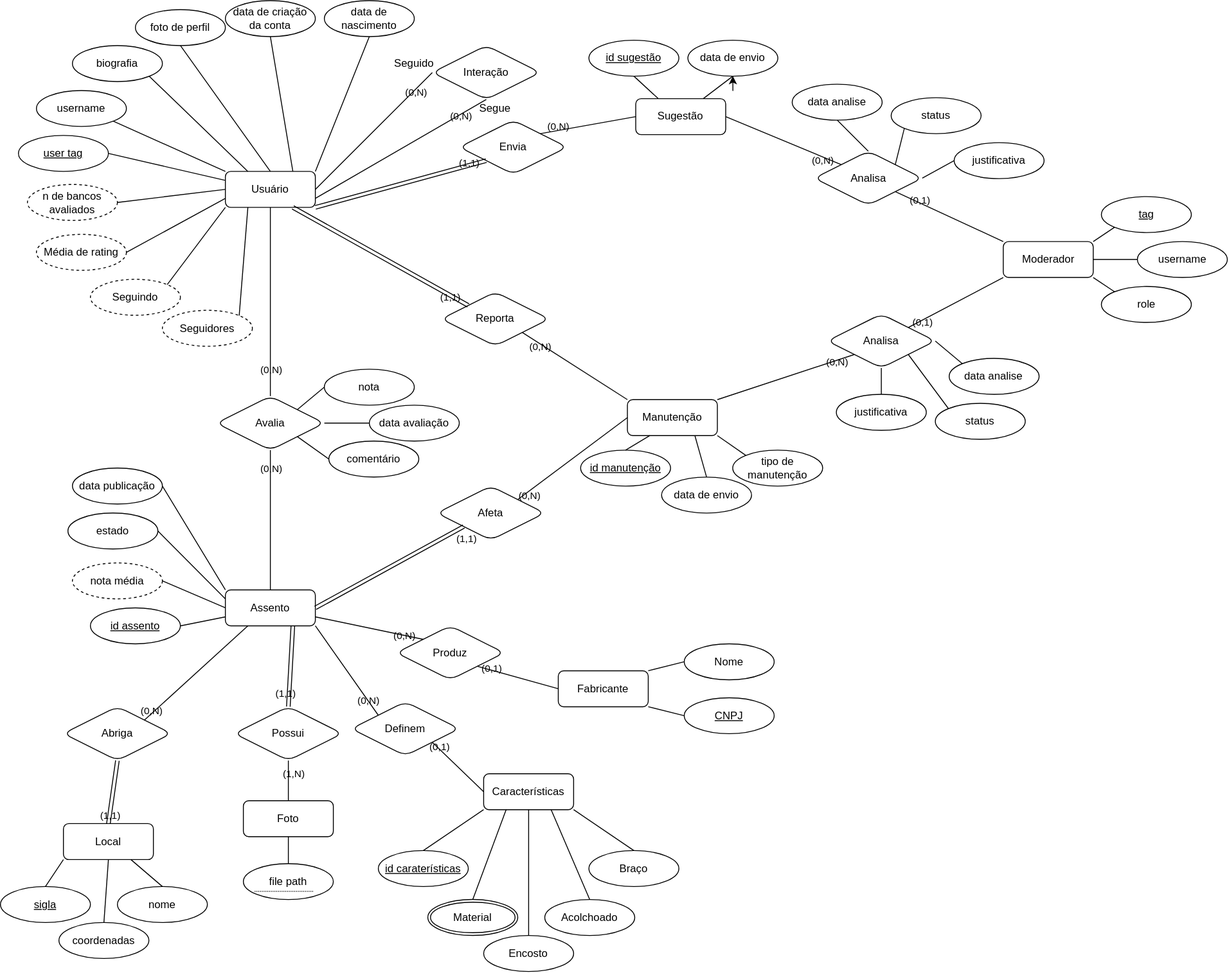
Above: diagram.drawio.svg in Segohui/Dados-de-Bancos---DB (draw.io), before the change. Source tidied: cells renumbered, new cells last; positions are measured from the earlier drawing's top-left corner, leaving out a move shared by most shapes.
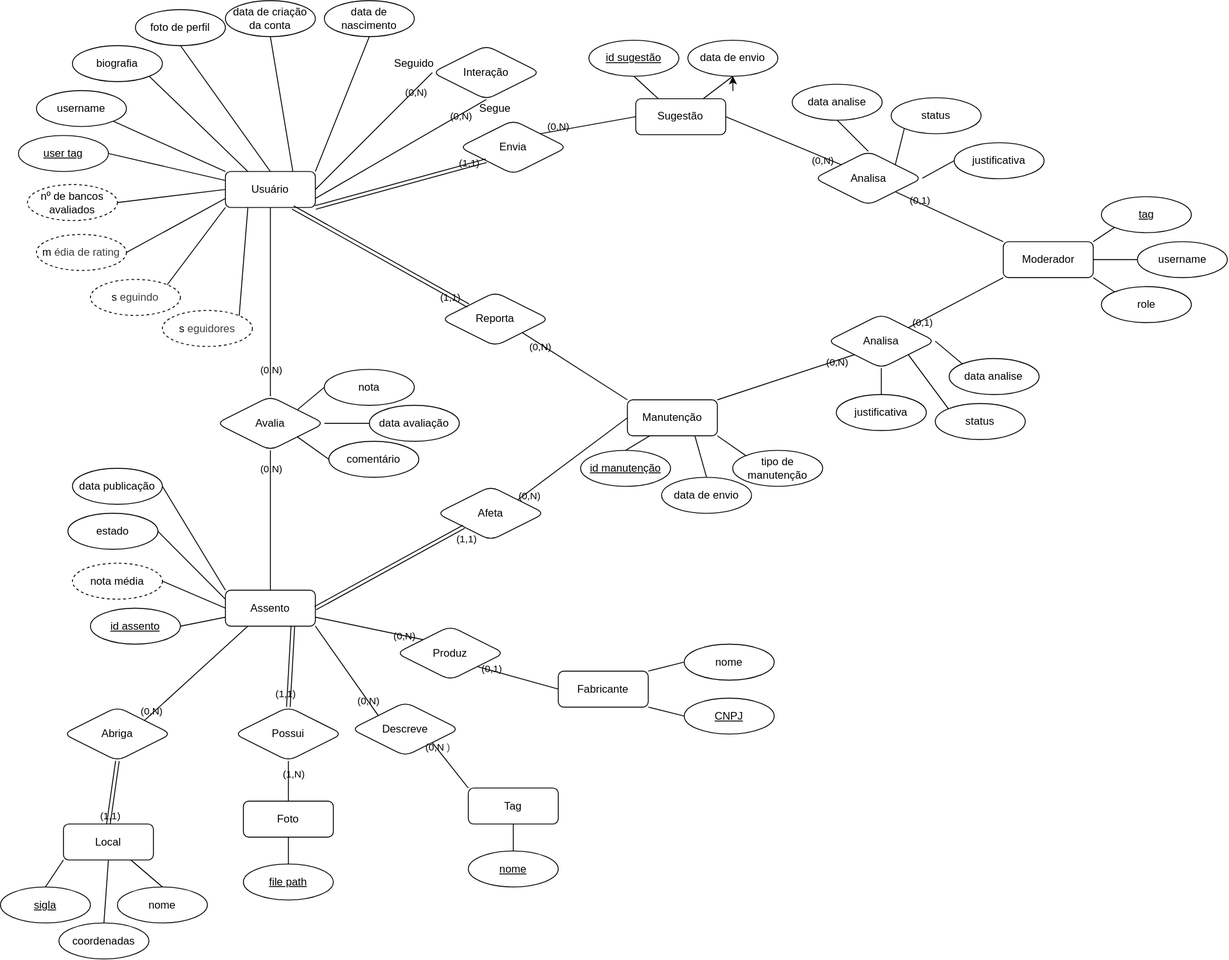
Later version of the same file.

Commit message:
drop the "characteristics" entity in favor of tags

Change to the diagram source:
```diff
@@ -11,11 +11,11 @@
     <mxCell id="4" value="Local" style="whiteSpace=wrap;html=1;align=center;labelBackgroundColor=none;rounded=1;" parent="1" vertex="1">
       <mxGeometry x="70" y="915.5" width="100" height="40" as="geometry" />
     </mxCell>
-    <mxCell id="5" value="Definem" style="shape=rhombus;perimeter=rhombusPerimeter;whiteSpace=wrap;html=1;align=center;labelBackgroundColor=none;rounded=1;" parent="1" vertex="1">
+    <mxCell id="5" value="Descreve" style="shape=rhombus;perimeter=rhombusPerimeter;whiteSpace=wrap;html=1;align=center;labelBackgroundColor=none;rounded=1;" parent="1" vertex="1">
       <mxGeometry x="390" y="780" width="120" height="60" as="geometry" />
     </mxCell>
-    <mxCell id="6" value="Características" style="whiteSpace=wrap;html=1;align=center;labelBackgroundColor=none;rounded=1;" parent="1" vertex="1">
-      <mxGeometry x="537.1" y="860" width="100" height="40" as="geometry" />
+    <mxCell id="6" value="Tag" style="whiteSpace=wrap;html=1;align=center;labelBackgroundColor=none;rounded=1;" parent="1" vertex="1">
+      <mxGeometry x="520" y="875.5" width="100" height="40" as="geometry" />
     </mxCell>
     <mxCell id="7" value="Produz" style="shape=rhombus;perimeter=rhombusPerimeter;whiteSpace=wrap;html=1;align=center;labelBackgroundColor=none;rounded=1;" parent="1" vertex="1">
       <mxGeometry x="440" y="695.5" width="120" height="60" as="geometry" />
@@ -107,10 +107,10 @@
     <mxCell id="32" value="(0,N)" style="edgeLabel;html=1;align=center;verticalAlign=middle;labelBackgroundColor=none;rounded=1;" parent="31" vertex="1">
       <mxGeometry x="0.66" relative="1" as="geometry" />
     </mxCell>
-    <mxCell id="33" style="endArrow=none;html=1;rounded=1;exitX=1;exitY=1;exitDx=0;exitDy=0;entryX=0;entryY=0.5;entryDx=0;entryDy=0;labelBackgroundColor=none;fontColor=default;" parent="1" edge="1" source="5" target="6">
+    <mxCell id="33" style="endArrow=none;html=1;rounded=1;exitX=1;exitY=1;exitDx=0;exitDy=0;entryX=0;entryY=0;entryDx=0;entryDy=0;labelBackgroundColor=none;fontColor=default;" parent="1" edge="1" source="5" target="6">
       <mxGeometry relative="1" as="geometry" />
     </mxCell>
-    <mxCell id="34" value="(0,1)" style="edgeLabel;html=1;align=center;verticalAlign=middle;labelBackgroundColor=none;rounded=1;" parent="33" vertex="1">
+    <mxCell id="34" value="(0,N&lt;span style=&quot;color: rgb(63, 63, 63); background-color: transparent;&quot;&gt;)&lt;/span&gt;" style="edgeLabel;html=1;align=center;verticalAlign=middle;labelBackgroundColor=none;rounded=1;" parent="33" vertex="1">
       <mxGeometry x="-0.79" y="2" relative="1" as="geometry" />
     </mxCell>
     <mxCell id="35" style="endArrow=none;html=1;rounded=1;exitX=1;exitY=1;exitDx=0;exitDy=0;entryX=0;entryY=0.5;entryDx=0;entryDy=0;labelBackgroundColor=none;fontColor=default;" parent="1" edge="1" source="7" target="8">
@@ -121,7 +121,7 @@
         <mxPoint x="7" as="offset" />
       </mxGeometry>
     </mxCell>
-    <mxCell id="37" value="Nome" style="ellipse;whiteSpace=wrap;html=1;align=center;labelBackgroundColor=none;rounded=1;" parent="1" vertex="1">
+    <mxCell id="37" value="nome" style="ellipse;whiteSpace=wrap;html=1;align=center;labelBackgroundColor=none;rounded=1;" parent="1" vertex="1">
       <mxGeometry x="760" y="715.5" width="100" height="40" as="geometry" />
     </mxCell>
     <mxCell id="38" value="&lt;u&gt;CNPJ&lt;/u&gt;" style="ellipse;whiteSpace=wrap;html=1;align=center;labelBackgroundColor=none;rounded=1;" parent="1" vertex="1">
@@ -133,19 +133,10 @@
     <mxCell id="40" style="endArrow=none;html=1;rounded=1;exitX=1;exitY=1;exitDx=0;exitDy=0;entryX=0;entryY=0.5;entryDx=0;entryDy=0;labelBackgroundColor=none;fontColor=default;" parent="1" edge="1" source="8" target="38">
       <mxGeometry relative="1" as="geometry" />
     </mxCell>
-    <mxCell id="41" value="&lt;u&gt;id caraterísticas&lt;/u&gt;" style="ellipse;whiteSpace=wrap;html=1;align=center;labelBackgroundColor=none;rounded=1;" parent="1" vertex="1">
-      <mxGeometry x="420" y="945.5" width="100" height="40" as="geometry" />
-    </mxCell>
-    <mxCell id="42" value="Encosto" style="ellipse;whiteSpace=wrap;html=1;align=center;labelBackgroundColor=none;rounded=1;" parent="1" vertex="1">
-      <mxGeometry x="537.1" y="1040" width="100" height="40" as="geometry" />
+    <mxCell id="42" value="&lt;u&gt;nome&lt;/u&gt;" style="ellipse;whiteSpace=wrap;html=1;align=center;labelBackgroundColor=none;rounded=1;" parent="1" vertex="1">
+      <mxGeometry x="520" y="945.5" width="100" height="40" as="geometry" />
     </mxCell>
-    <mxCell id="43" value="Braço" style="ellipse;whiteSpace=wrap;html=1;align=center;labelBackgroundColor=none;rounded=1;" parent="1" vertex="1">
-      <mxGeometry x="654.1" y="945.5" width="100" height="40" as="geometry" />
-    </mxCell>
-    <mxCell id="44" value="Acolchoado" style="ellipse;whiteSpace=wrap;html=1;align=center;labelBackgroundColor=none;rounded=1;" parent="1" vertex="1">
-      <mxGeometry x="605" y="1000" width="100" height="40" as="geometry" />
-    </mxCell>
-    <mxCell id="45" value="file path" style="ellipse;whiteSpace=wrap;html=1;align=center;labelBackgroundColor=none;rounded=1;" parent="1" vertex="1">
+    <mxCell id="45" value="&lt;u&gt;file path&lt;/u&gt;" style="ellipse;whiteSpace=wrap;html=1;align=center;labelBackgroundColor=none;rounded=1;" parent="1" vertex="1">
       <mxGeometry x="270" y="960" width="100" height="40" as="geometry" />
     </mxCell>
     <mxCell id="46" value="&lt;u&gt;sigla&lt;/u&gt;" style="ellipse;whiteSpace=wrap;html=1;align=center;labelBackgroundColor=none;rounded=1;" parent="1" vertex="1">
@@ -220,28 +211,16 @@
     <mxCell id="67" style="edgeStyle=none;jettySize=auto;html=1;rounded=1;endArrow=none;endFill=0;exitX=0.5;exitY=0;exitDx=0;exitDy=0;entryX=0.5;entryY=1;entryDx=0;entryDy=0;labelBackgroundColor=none;fontColor=default;" parent="1" edge="1" source="42" target="6">
       <mxGeometry relative="1" as="geometry" />
     </mxCell>
-    <mxCell id="68" style="edgeStyle=none;jettySize=auto;html=1;rounded=1;endArrow=none;endFill=0;entryX=0.25;entryY=1;entryDx=0;entryDy=0;exitX=0.5;exitY=0;exitDx=0;exitDy=0;labelBackgroundColor=none;fontColor=default;" parent="1" edge="1" source="116" target="6">
-      <mxGeometry relative="1" as="geometry" />
-    </mxCell>
-    <mxCell id="69" style="edgeStyle=none;jettySize=auto;html=1;rounded=1;endArrow=none;endFill=0;entryX=0.75;entryY=1;entryDx=0;entryDy=0;exitX=0.5;exitY=0;exitDx=0;exitDy=0;labelBackgroundColor=none;fontColor=default;" parent="1" edge="1" source="44" target="6">
-      <mxGeometry relative="1" as="geometry" />
-    </mxCell>
-    <mxCell id="70" style="edgeStyle=none;jettySize=auto;html=1;rounded=1;endArrow=none;endFill=0;entryX=0.5;entryY=0;entryDx=0;entryDy=0;exitX=1;exitY=1;exitDx=0;exitDy=0;labelBackgroundColor=none;fontColor=default;" parent="1" edge="1" source="6" target="43">
-      <mxGeometry relative="1" as="geometry" />
-    </mxCell>
-    <mxCell id="71" style="edgeStyle=none;jettySize=auto;html=1;rounded=1;endArrow=none;endFill=0;exitX=0;exitY=1;exitDx=0;exitDy=0;entryX=0.5;entryY=0;entryDx=0;entryDy=0;labelBackgroundColor=none;fontColor=default;" parent="1" edge="1" source="6" target="41">
-      <mxGeometry relative="1" as="geometry" />
-    </mxCell>
-    <mxCell id="72" value="Seguidores" style="ellipse;whiteSpace=wrap;html=1;align=center;dashed=1;labelBackgroundColor=none;rounded=1;" parent="1" vertex="1">
+    <mxCell id="72" value="s&lt;span style=&quot;color: rgb(63, 63, 63); background-color: transparent;&quot;&gt;eguidores&lt;/span&gt;" style="ellipse;whiteSpace=wrap;html=1;align=center;dashed=1;labelBackgroundColor=none;rounded=1;" parent="1" vertex="1">
       <mxGeometry x="180" y="344.5" width="100" height="40" as="geometry" />
     </mxCell>
-    <mxCell id="73" value="Seguindo" style="ellipse;whiteSpace=wrap;html=1;align=center;dashed=1;labelBackgroundColor=none;rounded=1;" parent="1" vertex="1">
+    <mxCell id="73" value="s&lt;span style=&quot;color: rgb(63, 63, 63); background-color: transparent;&quot;&gt;eguindo&lt;/span&gt;" style="ellipse;whiteSpace=wrap;html=1;align=center;dashed=1;labelBackgroundColor=none;rounded=1;" parent="1" vertex="1">
       <mxGeometry x="100" y="310" width="100" height="40" as="geometry" />
     </mxCell>
-    <mxCell id="74" value="Média de rating" style="ellipse;whiteSpace=wrap;html=1;align=center;dashed=1;labelBackgroundColor=none;rounded=1;" parent="1" vertex="1">
+    <mxCell id="74" value="m&lt;span style=&quot;color: rgb(63, 63, 63); background-color: transparent;&quot;&gt;édia de rating&lt;/span&gt;" style="ellipse;whiteSpace=wrap;html=1;align=center;dashed=1;labelBackgroundColor=none;rounded=1;" parent="1" vertex="1">
       <mxGeometry x="40" y="260" width="100" height="40" as="geometry" />
     </mxCell>
-    <mxCell id="75" value="n de bancos avaliados" style="ellipse;whiteSpace=wrap;html=1;align=center;dashed=1;labelBackgroundColor=none;rounded=1;" parent="1" vertex="1">
+    <mxCell id="75" value="nº de bancos avaliados" style="ellipse;whiteSpace=wrap;html=1;align=center;dashed=1;labelBackgroundColor=none;rounded=1;" parent="1" vertex="1">
       <mxGeometry x="30" y="204.5" width="100" height="40" as="geometry" />
     </mxCell>
     <mxCell id="76" value="user tag" style="ellipse;whiteSpace=wrap;html=1;align=center;fontStyle=4;labelBackgroundColor=none;rounded=1;" parent="1" vertex="1">
@@ -364,9 +343,6 @@
     <mxCell id="115" style="edgeStyle=none;jettySize=auto;html=1;rounded=1;endArrow=none;endFill=0;exitX=0;exitY=0.5;exitDx=0;exitDy=0;entryX=1;entryY=0;entryDx=0;entryDy=0;labelBackgroundColor=none;fontColor=default;" parent="1" edge="1" source="110" target="9">
       <mxGeometry relative="1" as="geometry" />
     </mxCell>
-    <mxCell id="116" value="Material" style="ellipse;shape=doubleEllipse;margin=3;whiteSpace=wrap;html=1;align=center;labelBackgroundColor=none;rounded=1;" parent="1" vertex="1">
-      <mxGeometry x="475" y="999.9" width="100" height="40" as="geometry" />
-    </mxCell>
     <mxCell id="117" value="data analise" style="ellipse;whiteSpace=wrap;html=1;align=center;labelBackgroundColor=none;rounded=1;" parent="1" vertex="1">
       <mxGeometry x="880" y="93" width="100" height="40" as="geometry" />
     </mxCell>
@@ -484,12 +460,6 @@
         <mxPoint x="-71" y="-43" as="offset" />
       </mxGeometry>
     </mxCell>
-    <mxCell id="150" style="edgeStyle=none;orthogonalLoop=1;jettySize=auto;html=1;rounded=1;endArrow=none;endFill=0;entryX=0;entryY=1;entryDx=0;entryDy=0;dashed=1;dashPattern=1 1;labelBackgroundColor=none;fontColor=default;" parent="1" edge="1">
-      <mxGeometry relative="1" as="geometry">
-        <mxPoint x="282.5" y="990.9" as="sourcePoint" />
-        <mxPoint x="347.5" y="990.9" as="targetPoint" />
-      </mxGeometry>
-    </mxCell>
     <mxCell id="151" style="endArrow=none;html=1;rounded=1;entryX=0;entryY=0;entryDx=0;entryDy=0;exitX=1;exitY=0.75;exitDx=0;exitDy=0;labelBackgroundColor=none;fontColor=default;" parent="1" edge="1" source="2" target="7">
       <mxGeometry relative="1" as="geometry" />
     </mxCell>
```
